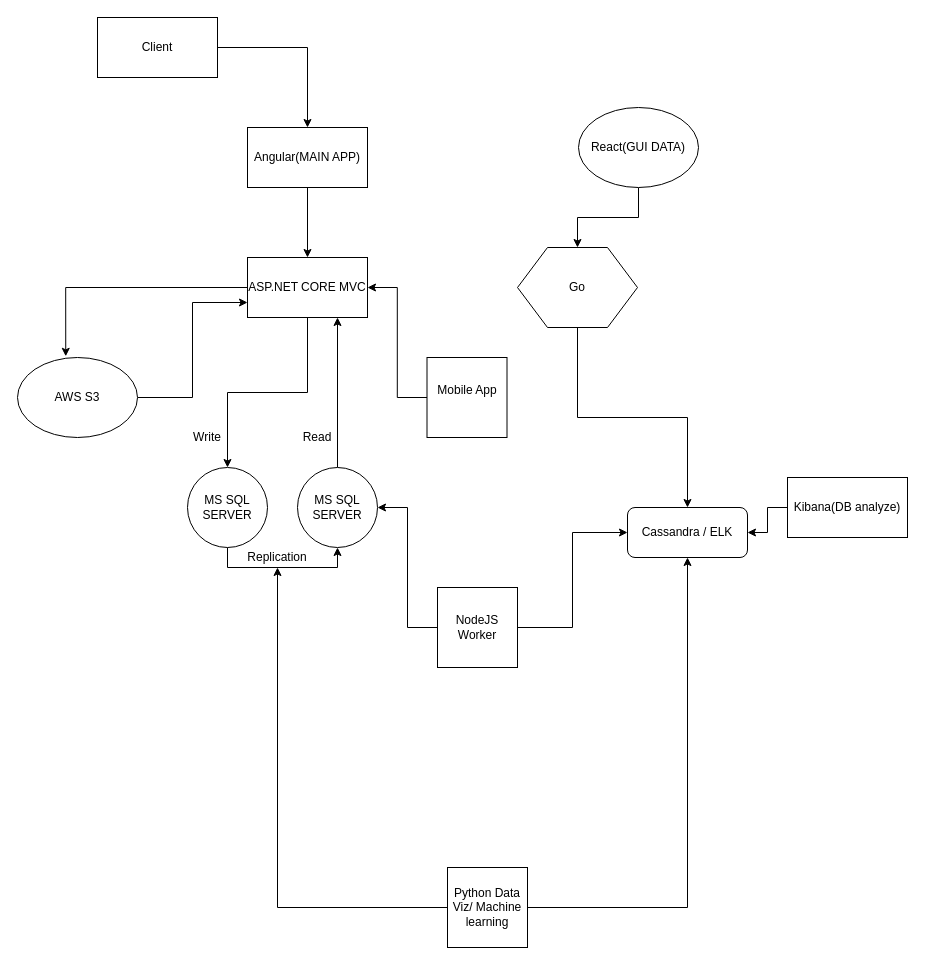
This is architecture.drawio from CharlieTheProgrammer/FCC-ELKGROVE, a draw.io file, before an edit. Source tidied: cells renumbered, new cells numbered last; positions are measured from the earlier drawing's top-left corner, leaving out a move shared by most shapes. Both pictures are drawn from the tidied source at 100%, with x=0, y=0 at pixel (17, 17).
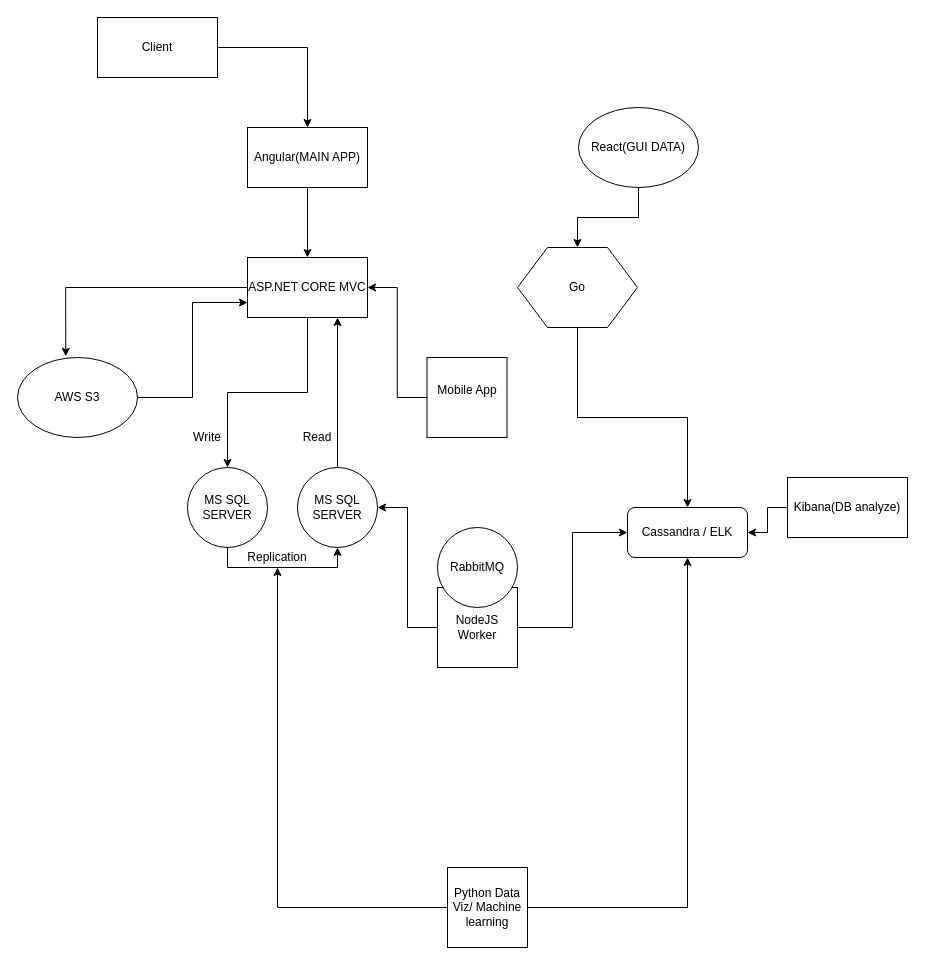
The same page after the edit.

What changed in the source:
```diff
@@
+    <mxCell id="33" value="RabbitMQ" style="ellipse;whiteSpace=wrap;html=1;" parent="1" vertex="1">
+      <mxGeometry x="420" y="510" width="80" height="80" as="geometry" />
+    </mxCell>
```
